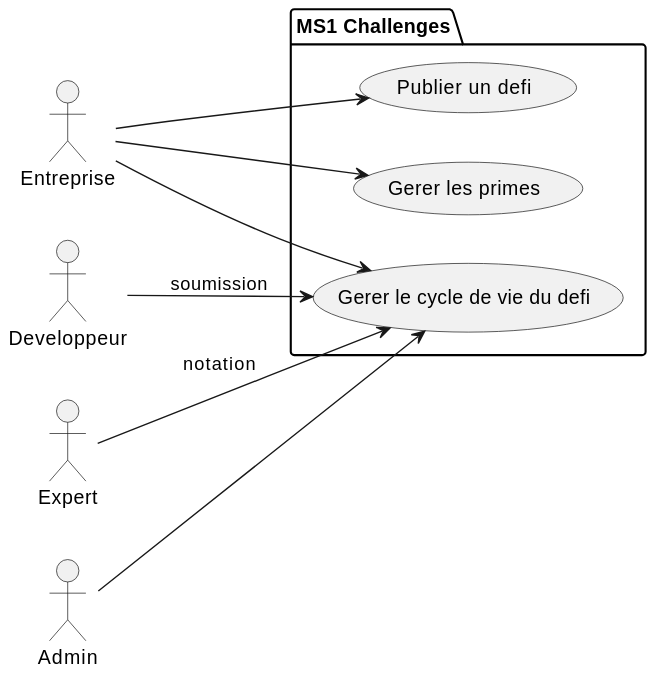
reemslama/mini-projet-web keeps this PlantUML diagram as docs/Diagrams/Challenges/ms1-challenges-use-case.svg. Above is the earlier version. Source of this version:
```plantuml
@startuml
skinparam backgroundColor #FFFFFF
left to right direction
actor Entreprise
actor Developpeur
actor Expert
actor Admin

package "MS1 Challenges" {
  usecase "Publier un defi" as UC1
  usecase "Gerer le cycle de vie du defi" as UC2
  usecase "Gerer les primes" as UC3
}

Entreprise --> UC1
Entreprise --> UC2
Entreprise --> UC3
Developpeur --> UC2 : soumission
Expert --> UC2 : notation
Admin --> UC2
@enduml
```
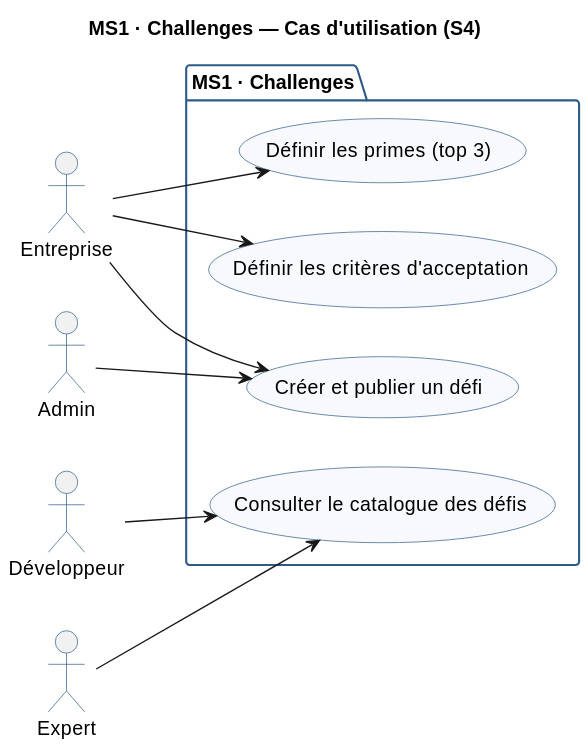
The same file after the commit.

Diff of the diagram source:
```diff
@@ -1,21 +1,32 @@
 @startuml
+title MS1 · Challenges — Cas d'utilisation (S4)
+
 skinparam backgroundColor #FFFFFF
+skinparam shadowing false
+skinparam FontName Helvetica
+skinparam FontSize 12
+skinparam UsecaseBackgroundColor #F7F9FC
+skinparam UsecaseBorderColor #2E5A88
+skinparam ActorBorderColor #2E5A88
+skinparam PackageBorderColor #2E5A88
+
 left to right direction
-actor Entreprise
-actor Developpeur
-actor Expert
-actor Admin
+actor "Entreprise" as ENT
+actor "Développeur" as DEV
+actor "Expert" as EXP
+actor "Admin" as ADM
 
-package "MS1 Challenges" {
-  usecase "Publier un defi" as UC1
-  usecase "Gerer le cycle de vie du defi" as UC2
-  usecase "Gerer les primes" as UC3
+package "MS1 · Challenges" {
+  usecase "Créer et publier un défi" as UC1
+  usecase "Définir les critères d'acceptation" as UC2
+  usecase "Définir les primes (top 3)" as UC3
+  usecase "Consulter le catalogue des défis" as UC4
 }
 
-Entreprise --> UC1
-Entreprise --> UC2
-Entreprise --> UC3
-Developpeur --> UC2 : soumission
-Expert --> UC2 : notation
-Admin --> UC2
+ENT --> UC1
+ENT --> UC2
+ENT --> UC3
+ADM --> UC1
+DEV --> UC4
+EXP --> UC4
 @enduml
```
